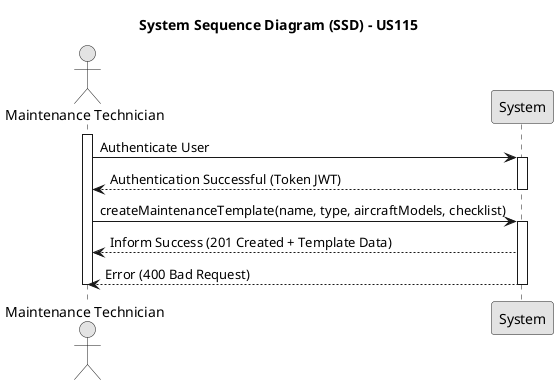
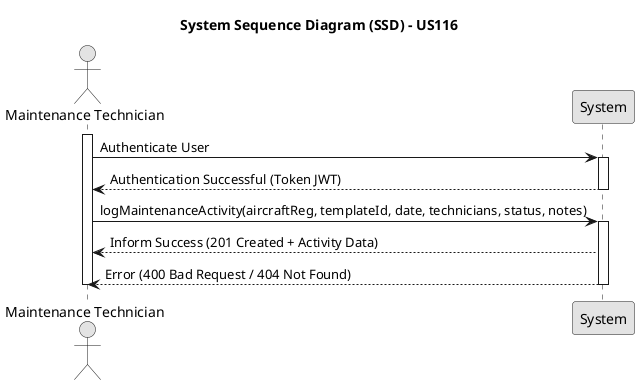
@startuml
skinparam monochrome true
skinparam shadowing false

- title System Sequence Diagram (SSD) - US115
+ title System Sequence Diagram (SSD) - US116

actor "Maintenance Technician" as User
participant "System" as System

activate User


User -> System : Authenticate User
activate System
System --> User : Authentication Successful (Token JWT)
deactivate System

- User -> System : createMaintenanceTemplate(name, type, aircraftModels, checklist)
+ 
+ User -> System : logMaintenanceActivity(aircraftReg, templateId, date, technicians, status, notes)
activate System


- System --> User : Inform Success (201 Created + Template Data)
- System --> User : Error (400 Bad Request)
+ System --> User : Inform Success (201 Created + Activity Data)
+ System --> User : Error (400 Bad Request / 404 Not Found)
deactivate System

deactivate User
- @endif+ @enduml